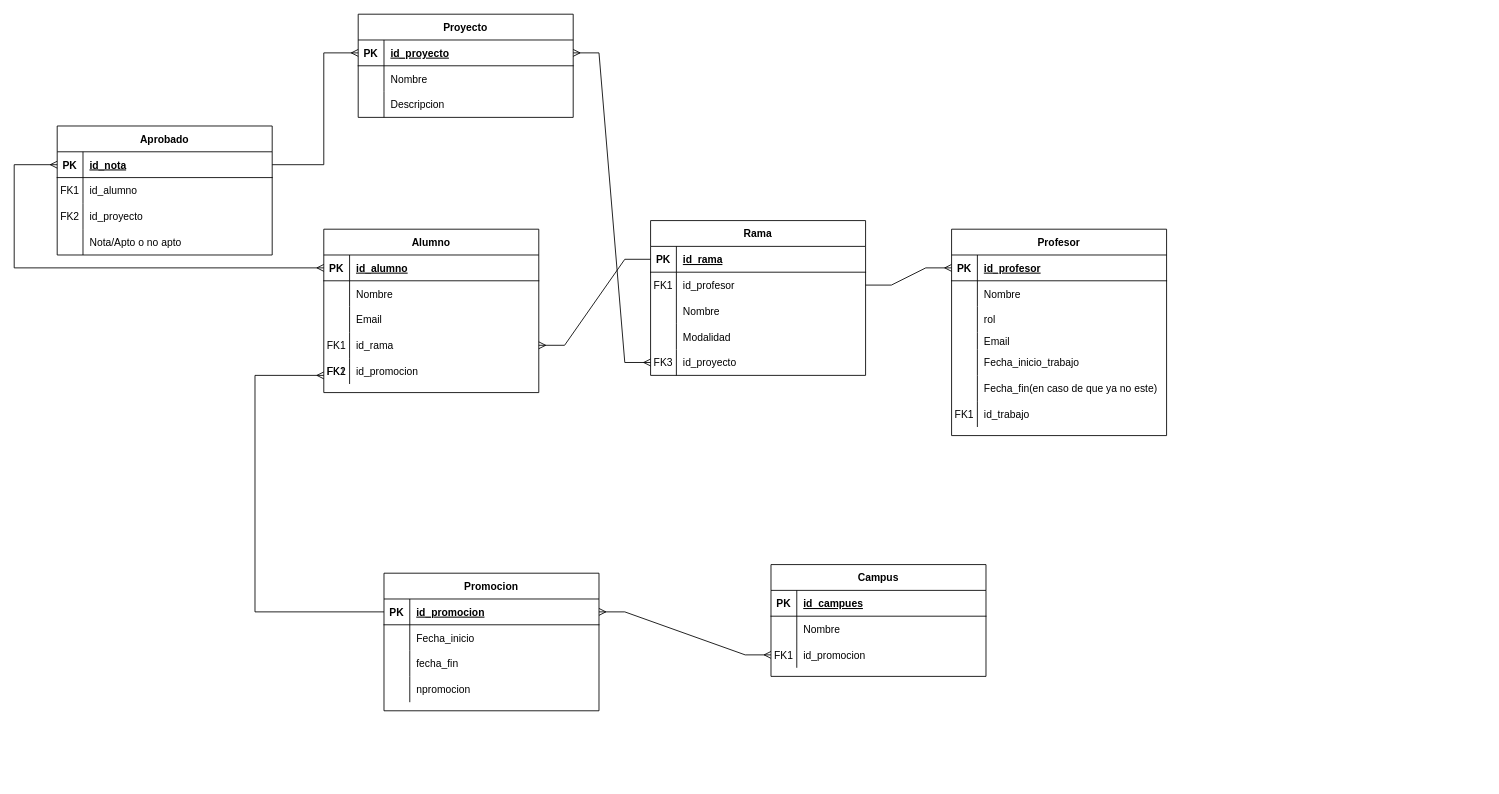
Earlier version of the draw.io diagram Modelo.drawio (jonha20/ProyectoBBDD). Source tidied: cells renumbered, new cells numbered last; positions are measured from the earlier drawing's top-left corner, leaving out a move shared by most shapes. Both pictures are drawn from the tidied source at 86%, with x=0, y=0 at pixel (14, 14).
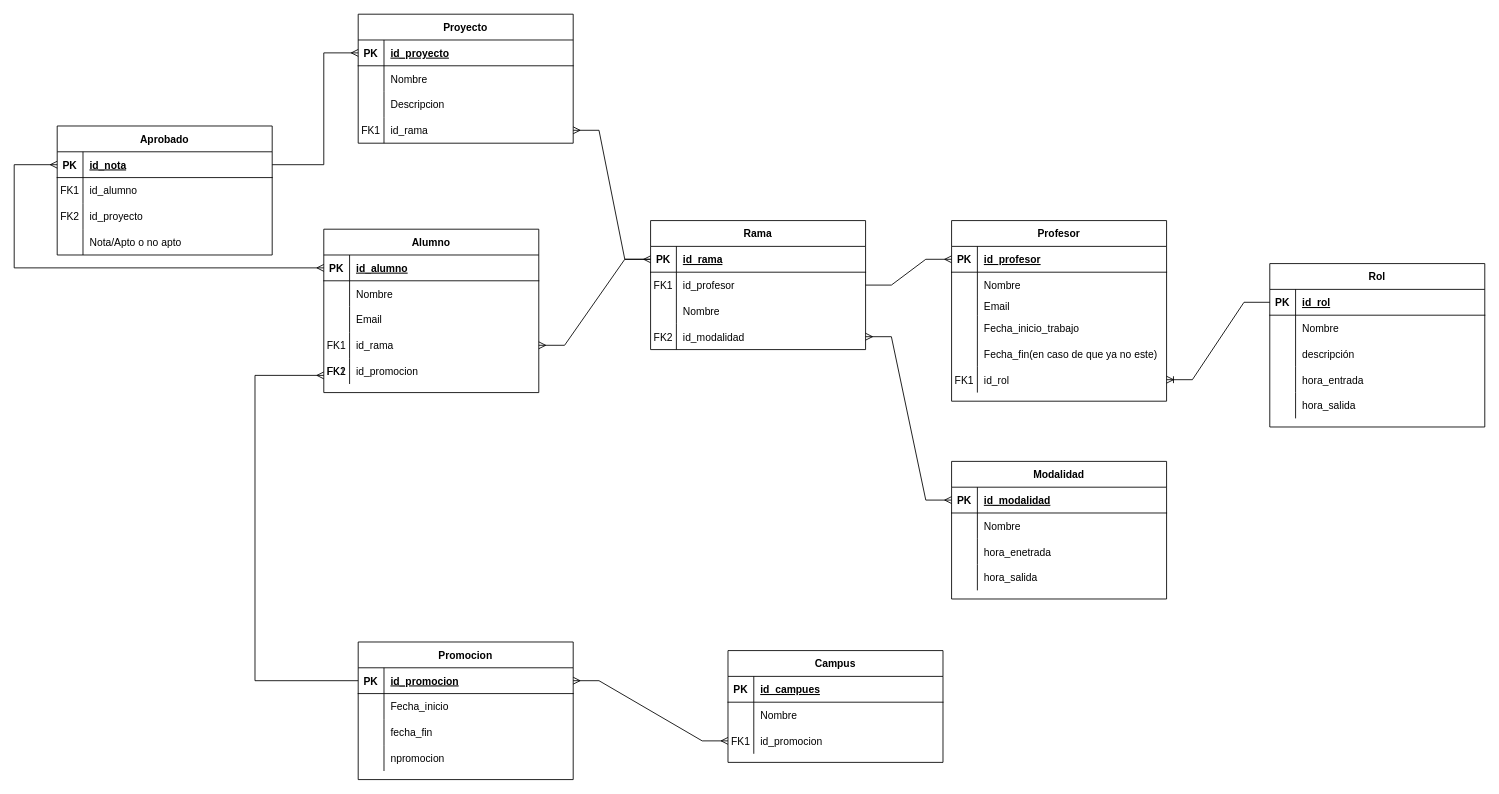
Above is the later version.

Commit message:
Cambios_Modelo

The change refers to these unchanged cells:
```xml
<mxCell id="20" style="shape=partialRectangle;fillColor=none;points=[[0,0.5],[1,0.5]];portConstraint=eastwest;top=0;left=0;right=0;bottom=1;" parent="19" vertex="1">
  <mxGeometry y="30" width="250" height="30" as="geometry" />
</mxCell>
<mxCell id="29" style="shape=partialRectangle;fillColor=none;points=[[0,0.5],[1,0.5]];portConstraint=eastwest;top=0;left=0;right=0;bottom=0;" parent="19" vertex="1">
  <mxGeometry y="120" width="250" height="30" as="geometry" />
</mxCell>
<mxCell id="36" style="shape=partialRectangle;fillColor=none;points=[[0,0.5],[1,0.5]];portConstraint=eastwest;top=0;left=0;right=0;bottom=1;" parent="35" vertex="1">
  <mxGeometry y="30" width="250" height="30" as="geometry" />
</mxCell>
<mxCell id="68" style="shape=partialRectangle;fillColor=none;points=[[0,0.5],[1,0.5]];portConstraint=eastwest;top=0;left=0;right=0;bottom=1;" parent="67" vertex="1">
  <mxGeometry y="30" width="250" height="30" as="geometry" />
</mxCell>
```

The edit, as a diff of the source:
```diff
@@
     <mxCell id="19" value="Rama" style="shape=table;startSize=30;childLayout=tableLayout;rowLines=0;fontStyle=1;align=center;" parent="1" vertex="1">
-      <mxGeometry x="740" y="240" width="250" height="180" as="geometry" />
+      <mxGeometry x="740" y="240" width="250" height="150" as="geometry" />
     </mxCell>
@@
-    <mxCell id="30" style="shape=partialRectangle;overflow=hidden;fillColor=none;top=0;left=0;bottom=0;right=0;" parent="29" vertex="1">
+    <mxCell id="30" value="FK2" style="shape=partialRectangle;overflow=hidden;fillColor=none;top=0;left=0;bottom=0;right=0;" parent="29" vertex="1">
       <mxGeometry width="30" height="30" as="geometry" />
     </mxCell>
-    <mxCell id="31" value="Modalidad" style="shape=partialRectangle;overflow=hidden;fillColor=none;top=0;left=0;bottom=0;right=0;align=left;spacingLeft=6;" parent="29" vertex="1">
+    <mxCell id="31" value="id_modalidad" style="shape=partialRectangle;overflow=hidden;fillColor=none;top=0;left=0;bottom=0;right=0;align=left;spacingLeft=6;" parent="29" vertex="1">
       <mxGeometry x="30" width="220" height="30" as="geometry" />
     </mxCell>
-    <mxCell id="32" style="shape=partialRectangle;fillColor=none;points=[[0,0.5],[1,0.5]];portConstraint=eastwest;top=0;left=0;right=0;bottom=0;" parent="19" vertex="1">
-      <mxGeometry y="150" width="250" height="30" as="geometry" />
-    </mxCell>
-    <mxCell id="33" value="FK3" style="shape=partialRectangle;overflow=hidden;fillColor=none;top=0;left=0;bottom=0;right=0;" parent="32" vertex="1">
-      <mxGeometry width="30" height="30" as="geometry" />
-    </mxCell>
-    <mxCell id="34" value="id_proyecto" style="shape=partialRectangle;overflow=hidden;fillColor=none;top=0;left=0;bottom=0;right=0;align=left;spacingLeft=6;" parent="32" vertex="1">
-      <mxGeometry x="30" width="220" height="30" as="geometry" />
-    </mxCell>
     <mxCell id="35" value="Proyecto" style="shape=table;startSize=30;childLayout=tableLayout;rowLines=0;fontStyle=1;align=center;" parent="1" vertex="1">
-      <mxGeometry x="400" width="250" height="120" as="geometry" />
+      <mxGeometry x="400" width="250" height="150" as="geometry" />
     </mxCell>
@@
+    <mxCell id="110" style="shape=partialRectangle;fillColor=none;points=[[0,0.5],[1,0.5]];portConstraint=eastwest;top=0;left=0;right=0;bottom=0;" parent="35" vertex="1">
+      <mxGeometry y="120" width="250" height="30" as="geometry" />
+    </mxCell>
+    <mxCell id="65" value="FK1" style="shape=partialRectangle;overflow=hidden;fillColor=none;top=0;left=0;bottom=0;right=0;" parent="110" vertex="1">
+      <mxGeometry width="30" height="30" as="geometry" />
+    </mxCell>
+    <mxCell id="111" value="id_rama" style="shape=partialRectangle;overflow=hidden;fillColor=none;top=0;left=0;bottom=0;right=0;align=left;spacingLeft=6;" parent="110" vertex="1">
+      <mxGeometry x="30" width="220" height="30" as="geometry" />
+    </mxCell>
     <mxCell id="45" value="Profesor" style="shape=table;startSize=30;childLayout=tableLayout;rowLines=0;fontStyle=1;align=center;" parent="1" vertex="1">
-      <mxGeometry x="1090" y="250" width="250" height="240" as="geometry" />
+      <mxGeometry x="1090" y="240" width="250" height="210" as="geometry" />
     </mxCell>
@@
-    <mxCell id="52" style="shape=partialRectangle;fillColor=none;points=[[0,0.5],[1,0.5]];portConstraint=eastwest;top=0;left=0;right=0;bottom=0;" parent="45" vertex="1">
-      <mxGeometry y="90" width="250" height="30" as="geometry" />
-    </mxCell>
-    <mxCell id="53" style="shape=partialRectangle;overflow=hidden;fillColor=none;top=0;left=0;bottom=0;right=0;" parent="52" vertex="1">
-      <mxGeometry width="30" height="30" as="geometry" />
-    </mxCell>
-    <mxCell id="54" value="rol" style="shape=partialRectangle;overflow=hidden;fillColor=none;top=0;left=0;bottom=0;right=0;align=left;spacingLeft=6;" parent="52" vertex="1">
-      <mxGeometry x="30" width="220" height="30" as="geometry" />
-    </mxCell>
     <mxCell id="55" style="shape=partialRectangle;fillColor=none;top=0;left=0;right=0;bottom=0;" parent="45" vertex="1">
-      <mxGeometry y="120" width="250" height="20" as="geometry" />
+      <mxGeometry y="90" width="250" height="20" as="geometry" />
     </mxCell>
@@
     <mxCell id="58" style="shape=partialRectangle;fillColor=none;top=0;left=0;right=0;bottom=0;" parent="45" vertex="1">
-      <mxGeometry y="140" width="250" height="30" as="geometry" />
+      <mxGeometry y="110" width="250" height="30" as="geometry" />
     </mxCell>
@@
     <mxCell id="61" style="shape=partialRectangle;fillColor=none;top=0;left=0;right=0;bottom=0;" parent="45" vertex="1">
-      <mxGeometry y="170" width="250" height="30" as="geometry" />
+      <mxGeometry y="140" width="250" height="30" as="geometry" />
     </mxCell>
@@
-    <mxCell id="64" style="shape=partialRectangle;fillColor=none;top=0;left=0;right=0;bottom=0;" parent="45" vertex="1">
-      <mxGeometry y="200" width="250" height="30" as="geometry" />
-    </mxCell>
-    <mxCell id="65" value="FK1" style="shape=partialRectangle;overflow=hidden;fillColor=none;top=0;left=0;bottom=0;right=0;" parent="64" vertex="1">
-      <mxGeometry width="30" height="30" as="geometry" />
-    </mxCell>
-    <mxCell id="66" value="id_trabajo" style="shape=partialRectangle;overflow=hidden;fillColor=none;top=0;left=0;bottom=0;right=0;align=left;spacingLeft=6;" parent="64" vertex="1">
-      <mxGeometry x="30" width="220" height="30" as="geometry" />
-    </mxCell>
+    <mxCell id="52" style="shape=partialRectangle;fillColor=none;points=[[0,0.5],[1,0.5]];portConstraint=eastwest;top=0;left=0;right=0;bottom=0;" parent="45" vertex="1">
+      <mxGeometry y="170" width="250" height="30" as="geometry" />
+    </mxCell>
+    <mxCell id="53" value="FK1" style="shape=partialRectangle;overflow=hidden;fillColor=none;top=0;left=0;bottom=0;right=0;" parent="52" vertex="1">
+      <mxGeometry width="30" height="30" as="geometry" />
+    </mxCell>
+    <mxCell id="54" value="id_rol" style="shape=partialRectangle;overflow=hidden;fillColor=none;top=0;left=0;bottom=0;right=0;align=left;spacingLeft=6;" parent="52" vertex="1">
+      <mxGeometry x="30" width="220" height="30" as="geometry" />
+    </mxCell>
     <mxCell id="67" value="Promocion" style="shape=table;startSize=30;childLayout=tableLayout;rowLines=0;fontStyle=1;align=center;" parent="1" vertex="1">
-      <mxGeometry x="430" y="650" width="250" height="160" as="geometry" />
+      <mxGeometry x="400" y="730" width="250" height="160" as="geometry" />
     </mxCell>
@@
     <mxCell id="80" style="fontSize=12;html=1;endArrow=ERmany;rounded=0;exitX=0;exitY=0.5;exitDx=0;exitDy=0;strokeWidth=1;strokeColor=default;" parent="1" edge="1" source="68">
       <mxGeometry relative="1" as="geometry">
         <mxPoint x="360" y="420" as="targetPoint" />
         <Array as="points">
-          <mxPoint x="280" y="695" />
+          <mxPoint x="280" y="775" />
           <mxPoint x="280" y="420" />
         </Array>
       </mxGeometry>
     </mxCell>
-    <mxCell id="81" style="edgeStyle=entityRelationEdgeStyle;fontSize=12;html=1;endArrow=ERmany;startArrow=ERmany;rounded=0;exitX=1;exitY=0.5;exitDx=0;exitDy=0;entryX=0;entryY=0.5;entryDx=0;entryDy=0;" parent="1" edge="1" source="36" target="32">
+    <mxCell id="81" style="edgeStyle=entityRelationEdgeStyle;fontSize=12;html=1;endArrow=ERmany;startArrow=ERmany;rounded=0;exitX=1;exitY=0.5;exitDx=0;exitDy=0;entryX=0;entryY=0.5;entryDx=0;entryDy=0;" parent="1" edge="1" source="110" target="20">
       <mxGeometry relative="1" as="geometry" />
     </mxCell>
@@
     <mxCell id="97" value="Campus" style="shape=table;startSize=30;childLayout=tableLayout;rowLines=0;fontStyle=1;align=center;" parent="1" vertex="1">
-      <mxGeometry x="880" y="640" width="250" height="130" as="geometry" />
+      <mxGeometry x="830" y="740" width="250" height="130" as="geometry" />
     </mxCell>
@@
+    <mxCell id="112" value="Rol" style="shape=table;startSize=30;childLayout=tableLayout;rowLines=0;fontStyle=1;align=center;" parent="1" vertex="1">
+      <mxGeometry x="1460" y="290" width="250" height="190" as="geometry" />
+    </mxCell>
+    <mxCell id="113" style="shape=partialRectangle;fillColor=none;points=[[0,0.5],[1,0.5]];portConstraint=eastwest;top=0;left=0;right=0;bottom=1;" parent="112" vertex="1">
+      <mxGeometry y="30" width="250" height="30" as="geometry" />
+    </mxCell>
+    <mxCell id="114" value="PK" style="shape=partialRectangle;overflow=hidden;fillColor=none;top=0;left=0;bottom=0;right=0;fontStyle=1;" parent="113" vertex="1">
+      <mxGeometry width="30" height="30" as="geometry" />
+    </mxCell>
+    <mxCell id="115" value="id_rol" style="shape=partialRectangle;overflow=hidden;fillColor=none;top=0;left=0;bottom=0;right=0;align=left;spacingLeft=6;fontStyle=5;" parent="113" vertex="1">
+      <mxGeometry x="30" width="220" height="30" as="geometry" />
+    </mxCell>
+    <mxCell id="116" style="shape=partialRectangle;fillColor=none;top=0;left=0;right=0;bottom=0;" parent="112" vertex="1">
+      <mxGeometry y="60" width="250" height="30" as="geometry" />
+    </mxCell>
+    <mxCell id="117" style="shape=partialRectangle;overflow=hidden;fillColor=none;top=0;left=0;bottom=0;right=0;" parent="116" vertex="1">
+      <mxGeometry width="30" height="30" as="geometry" />
+    </mxCell>
+    <mxCell id="118" value="Nombre" style="shape=partialRectangle;overflow=hidden;fillColor=none;top=0;left=0;bottom=0;right=0;align=left;spacingLeft=6;" parent="116" vertex="1">
+      <mxGeometry x="30" width="220" height="30" as="geometry" />
+    </mxCell>
+    <mxCell id="119" style="shape=partialRectangle;fillColor=none;top=0;left=0;right=0;bottom=0;" parent="112" vertex="1">
+      <mxGeometry y="90" width="250" height="30" as="geometry" />
+    </mxCell>
+    <mxCell id="120" style="shape=partialRectangle;overflow=hidden;fillColor=none;top=0;left=0;bottom=0;right=0;" parent="119" vertex="1">
+      <mxGeometry width="30" height="30" as="geometry" />
+    </mxCell>
+    <mxCell id="121" value="descripción" style="shape=partialRectangle;overflow=hidden;fillColor=none;top=0;left=0;bottom=0;right=0;align=left;spacingLeft=6;" parent="119" vertex="1">
+      <mxGeometry x="30" width="220" height="30" as="geometry" />
+    </mxCell>
+    <mxCell id="122" style="shape=partialRectangle;fillColor=none;top=0;left=0;right=0;bottom=0;" parent="112" vertex="1">
+      <mxGeometry y="120" width="250" height="30" as="geometry" />
+    </mxCell>
+    <mxCell id="123" style="shape=partialRectangle;overflow=hidden;fillColor=none;top=0;left=0;bottom=0;right=0;" parent="122" vertex="1">
+      <mxGeometry width="30" height="30" as="geometry" />
+    </mxCell>
+    <mxCell id="124" value="hora_entrada" style="shape=partialRectangle;overflow=hidden;fillColor=none;top=0;left=0;bottom=0;right=0;align=left;spacingLeft=6;" parent="122" vertex="1">
+      <mxGeometry x="30" width="220" height="30" as="geometry" />
+    </mxCell>
+    <mxCell id="32" style="shape=partialRectangle;fillColor=none;points=[[0,0.5],[1,0.5]];portConstraint=eastwest;top=0;left=0;right=0;bottom=0;" parent="112" vertex="1">
+      <mxGeometry y="150" width="250" height="30" as="geometry" />
+    </mxCell>
+    <mxCell id="125" style="shape=partialRectangle;overflow=hidden;fillColor=none;top=0;left=0;bottom=0;right=0;" parent="32" vertex="1">
+      <mxGeometry width="30" height="30" as="geometry" />
+    </mxCell>
+    <mxCell id="126" value="hora_salida" style="shape=partialRectangle;overflow=hidden;fillColor=none;top=0;left=0;bottom=0;right=0;align=left;spacingLeft=6;" parent="32" vertex="1">
+      <mxGeometry x="30" width="220" height="30" as="geometry" />
+    </mxCell>
+    <mxCell id="127" value="Modalidad" style="shape=table;startSize=30;childLayout=tableLayout;rowLines=0;fontStyle=1;align=center;" parent="1" vertex="1">
+      <mxGeometry x="1090" y="520" width="250" height="160" as="geometry" />
+    </mxCell>
+    <mxCell id="128" style="shape=partialRectangle;fillColor=none;points=[[0,0.5],[1,0.5]];portConstraint=eastwest;top=0;left=0;right=0;bottom=1;" parent="127" vertex="1">
+      <mxGeometry y="30" width="250" height="30" as="geometry" />
+    </mxCell>
+    <mxCell id="129" value="PK" style="shape=partialRectangle;overflow=hidden;fillColor=none;top=0;left=0;bottom=0;right=0;fontStyle=1;" parent="128" vertex="1">
+      <mxGeometry width="30" height="30" as="geometry" />
+    </mxCell>
+    <mxCell id="130" value="id_modalidad" style="shape=partialRectangle;overflow=hidden;fillColor=none;top=0;left=0;bottom=0;right=0;align=left;spacingLeft=6;fontStyle=5;" parent="128" vertex="1">
+      <mxGeometry x="30" width="220" height="30" as="geometry" />
+    </mxCell>
+    <mxCell id="131" style="shape=partialRectangle;fillColor=none;top=0;left=0;right=0;bottom=0;" parent="127" vertex="1">
+      <mxGeometry y="60" width="250" height="30" as="geometry" />
+    </mxCell>
+    <mxCell id="132" style="shape=partialRectangle;overflow=hidden;fillColor=none;top=0;left=0;bottom=0;right=0;" parent="131" vertex="1">
+      <mxGeometry width="30" height="30" as="geometry" />
+    </mxCell>
+    <mxCell id="133" value="Nombre" style="shape=partialRectangle;overflow=hidden;fillColor=none;top=0;left=0;bottom=0;right=0;align=left;spacingLeft=6;" parent="131" vertex="1">
+      <mxGeometry x="30" width="220" height="30" as="geometry" />
+    </mxCell>
+    <mxCell id="134" style="shape=partialRectangle;fillColor=none;top=0;left=0;right=0;bottom=0;" parent="127" vertex="1">
+      <mxGeometry y="90" width="250" height="30" as="geometry" />
+    </mxCell>
+    <mxCell id="135" style="shape=partialRectangle;overflow=hidden;fillColor=none;top=0;left=0;bottom=0;right=0;" parent="134" vertex="1">
+      <mxGeometry width="30" height="30" as="geometry" />
+    </mxCell>
+    <mxCell id="136" value="hora_enetrada" style="shape=partialRectangle;overflow=hidden;fillColor=none;top=0;left=0;bottom=0;right=0;align=left;spacingLeft=6;" parent="134" vertex="1">
+      <mxGeometry x="30" width="220" height="30" as="geometry" />
+    </mxCell>
+    <mxCell id="137" style="shape=partialRectangle;fillColor=none;top=0;left=0;right=0;bottom=0;" parent="127" vertex="1">
+      <mxGeometry y="120" width="250" height="30" as="geometry" />
+    </mxCell>
+    <mxCell id="138" style="shape=partialRectangle;overflow=hidden;fillColor=none;top=0;left=0;bottom=0;right=0;" parent="137" vertex="1">
+      <mxGeometry width="30" height="30" as="geometry" />
+    </mxCell>
+    <mxCell id="139" value="hora_salida" style="shape=partialRectangle;overflow=hidden;fillColor=none;top=0;left=0;bottom=0;right=0;align=left;spacingLeft=6;" parent="137" vertex="1">
+      <mxGeometry x="30" width="220" height="30" as="geometry" />
+    </mxCell>
+    <mxCell id="140" style="edgeStyle=entityRelationEdgeStyle;fontSize=12;html=1;endArrow=ERmany;startArrow=ERmany;rounded=0;entryX=0;entryY=0.5;entryDx=0;entryDy=0;exitX=1;exitY=0.5;exitDx=0;exitDy=0;" parent="1" edge="1" source="29" target="128">
+      <mxGeometry relative="1" as="geometry" />
+    </mxCell>
+    <mxCell id="141" style="edgeStyle=entityRelationEdgeStyle;fontSize=12;html=1;endArrow=ERoneToMany;rounded=0;entryX=1;entryY=0.5;entryDx=0;entryDy=0;exitX=0;exitY=0.5;exitDx=0;exitDy=0;" parent="1" edge="1" source="113" target="52">
+      <mxGeometry relative="1" as="geometry" />
+    </mxCell>
```
